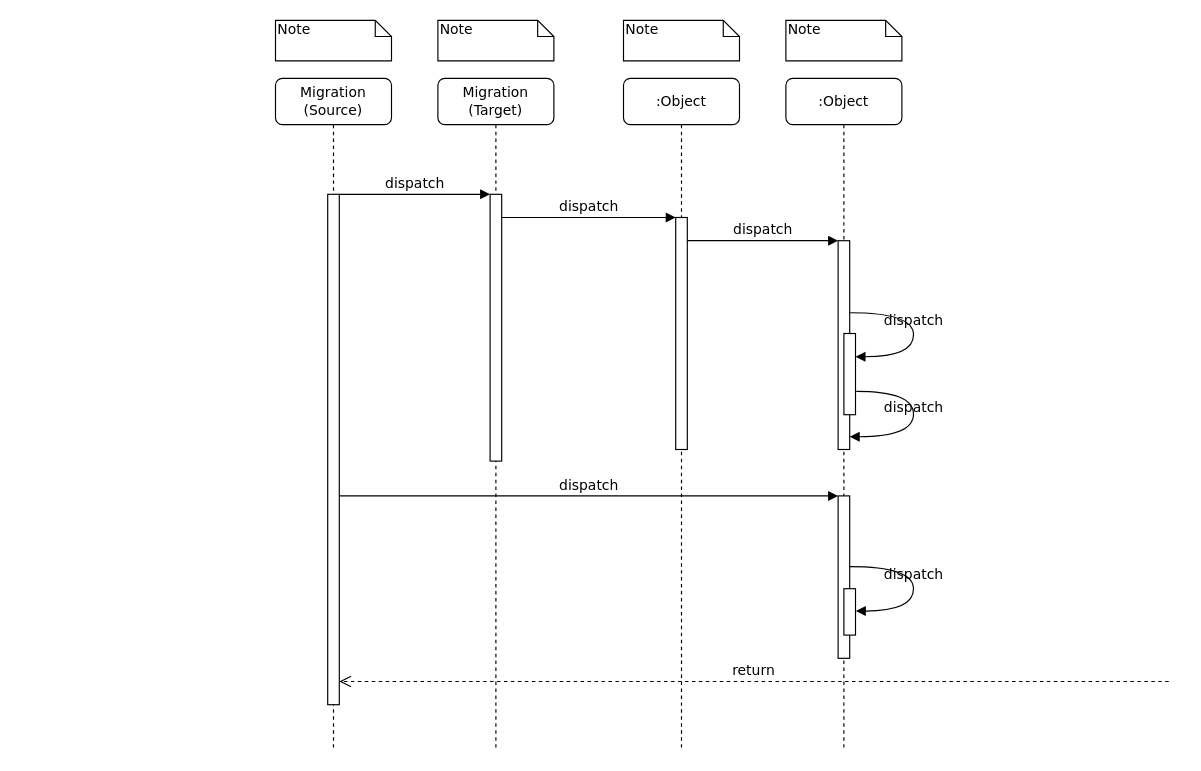
Above: Untitled Diagram.drawio in zsj20092033/thinkinjava (draw.io), before the change. Source tidied: cells renumbered, new cells numbered last; positions are measured from the earlier drawing's top-left corner, leaving out a move shared by most shapes. Both pictures are drawn from the tidied source at 116%, with x=0, y=0 at pixel (275, 20).
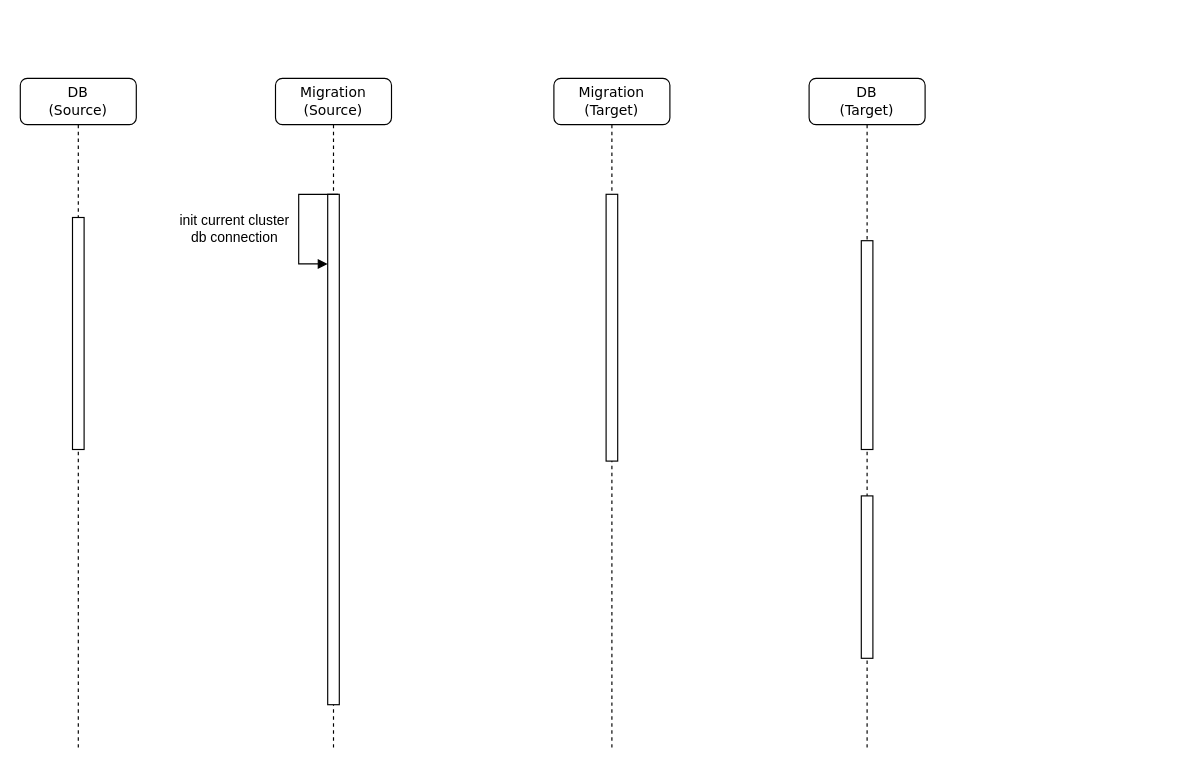
Above is the later version.

Unchanged cells that the change refers to:
```xml
<mxCell id="3" style="html=1;points=[];perimeter=orthogonalPerimeter;rounded=0;shadow=0;comic=0;labelBackgroundColor=none;strokeWidth=1;fontFamily=Verdana;fontSize=12;align=center;" parent="2" vertex="1">
  <mxGeometry x="45" y="100" width="10" height="230" as="geometry" />
</mxCell>
<mxCell id="5" style="html=1;points=[];perimeter=orthogonalPerimeter;rounded=0;shadow=0;comic=0;labelBackgroundColor=none;strokeWidth=1;fontFamily=Verdana;fontSize=12;align=center;" parent="4" vertex="1">
  <mxGeometry x="45" y="120" width="10" height="200" as="geometry" />
</mxCell>
<mxCell id="8" style="html=1;points=[];perimeter=orthogonalPerimeter;rounded=0;shadow=0;comic=0;labelBackgroundColor=none;strokeWidth=1;fontFamily=Verdana;fontSize=12;align=center;" parent="7" vertex="1">
  <mxGeometry x="45" y="100" width="10" height="440" as="geometry" />
</mxCell>
```

Change to the diagram source:
```diff
@@
     <mxCell id="2" value="Migration&lt;br&gt;(Target)" style="shape=umlLifeline;perimeter=lifelinePerimeter;whiteSpace=wrap;html=1;rounded=1;shadow=0;comic=0;labelBackgroundColor=none;strokeWidth=1;fontFamily=Verdana;fontSize=12;align=center;" parent="1" vertex="1">
-      <mxGeometry x="140" y="50" width="100" height="580" as="geometry" />
+      <mxGeometry x="240" y="50" width="100" height="580" as="geometry" />
     </mxCell>
@@
-    <mxCell id="4" value=":Object" style="shape=umlLifeline;perimeter=lifelinePerimeter;whiteSpace=wrap;html=1;rounded=1;shadow=0;comic=0;labelBackgroundColor=none;strokeWidth=1;fontFamily=Verdana;fontSize=12;align=center;" parent="1" vertex="1">
-      <mxGeometry x="300" y="50" width="100" height="580" as="geometry" />
+    <mxCell id="4" value="DB&lt;br&gt;(Source)" style="shape=umlLifeline;perimeter=lifelinePerimeter;whiteSpace=wrap;html=1;rounded=1;shadow=0;comic=0;labelBackgroundColor=none;strokeWidth=1;fontFamily=Verdana;fontSize=12;align=center;" parent="1" vertex="1">
+      <mxGeometry x="-220" y="50" width="100" height="580" as="geometry" />
     </mxCell>
@@
-    <mxCell id="6" value=":Object" style="shape=umlLifeline;perimeter=lifelinePerimeter;whiteSpace=wrap;html=1;rounded=1;shadow=0;comic=0;labelBackgroundColor=none;strokeWidth=1;fontFamily=Verdana;fontSize=12;align=center;" parent="1" vertex="1">
-      <mxGeometry x="440" y="50" width="100" height="580" as="geometry" />
+    <mxCell id="6" value="DB&lt;br&gt;(Target)" style="shape=umlLifeline;perimeter=lifelinePerimeter;whiteSpace=wrap;html=1;rounded=1;shadow=0;comic=0;labelBackgroundColor=none;strokeWidth=1;fontFamily=Verdana;fontSize=12;align=center;" parent="1" vertex="1">
+      <mxGeometry x="460" y="50" width="100" height="580" as="geometry" />
     </mxCell>
@@
     <mxCell id="9" style="html=1;points=[];perimeter=orthogonalPerimeter;rounded=0;shadow=0;comic=0;labelBackgroundColor=none;strokeWidth=1;fontFamily=Verdana;fontSize=12;align=center;" parent="1" vertex="1">
-      <mxGeometry x="485" y="190" width="10" height="180" as="geometry" />
+      <mxGeometry x="505" y="190" width="10" height="180" as="geometry" />
     </mxCell>
-    <mxCell id="10" value="dispatch" style="html=1;verticalAlign=bottom;endArrow=block;labelBackgroundColor=none;fontFamily=Verdana;fontSize=12;edgeStyle=elbowEdgeStyle;elbow=vertical;" parent="1" edge="1" source="5" target="9">
-      <mxGeometry relative="1" as="geometry">
-        <Array as="points">
-          <mxPoint x="360" y="190" />
-        </Array>
-      </mxGeometry>
-    </mxCell>
     <mxCell id="11" style="html=1;points=[];perimeter=orthogonalPerimeter;rounded=0;shadow=0;comic=0;labelBackgroundColor=none;strokeWidth=1;fontFamily=Verdana;fontSize=12;align=center;" parent="1" vertex="1">
-      <mxGeometry x="485" y="410" width="10" height="140" as="geometry" />
+      <mxGeometry x="505" y="410" width="10" height="140" as="geometry" />
     </mxCell>
-    <mxCell id="12" value="dispatch" style="html=1;verticalAlign=bottom;endArrow=block;entryX=0;entryY=0;labelBackgroundColor=none;fontFamily=Verdana;fontSize=12;" parent="1" edge="1" source="8" target="11">
-      <mxGeometry relative="1" as="geometry" />
-    </mxCell>
-    <mxCell id="13" value="return" style="html=1;verticalAlign=bottom;endArrow=open;dashed=1;endSize=8;labelBackgroundColor=none;fontFamily=Verdana;fontSize=12;edgeStyle=elbowEdgeStyle;elbow=vertical;" parent="1" edge="1" target="8">
-      <mxGeometry relative="1" as="geometry">
-        <mxPoint x="770" y="570" as="sourcePoint" />
-        <Array as="points">
-          <mxPoint x="470" y="570" />
-        </Array>
-      </mxGeometry>
-    </mxCell>
-    <mxCell id="14" value="dispatch" style="html=1;verticalAlign=bottom;endArrow=block;entryX=0;entryY=0;labelBackgroundColor=none;fontFamily=Verdana;fontSize=12;edgeStyle=elbowEdgeStyle;elbow=vertical;" parent="1" edge="1" source="8" target="3">
-      <mxGeometry relative="1" as="geometry" />
-    </mxCell>
-    <mxCell id="15" value="dispatch" style="html=1;verticalAlign=bottom;endArrow=block;entryX=0;entryY=0;labelBackgroundColor=none;fontFamily=Verdana;fontSize=12;edgeStyle=elbowEdgeStyle;elbow=vertical;" parent="1" edge="1" source="3" target="5">
-      <mxGeometry relative="1" as="geometry" />
-    </mxCell>
-    <mxCell id="16" style="html=1;points=[];perimeter=orthogonalPerimeter;rounded=0;shadow=0;comic=0;labelBackgroundColor=none;strokeWidth=1;fontFamily=Verdana;fontSize=12;align=center;" parent="1" vertex="1">
-      <mxGeometry x="490" y="270" width="10" height="70" as="geometry" />
-    </mxCell>
-    <mxCell id="17" value="dispatch" style="html=1;verticalAlign=bottom;endArrow=block;labelBackgroundColor=none;fontFamily=Verdana;fontSize=12;elbow=vertical;edgeStyle=orthogonalEdgeStyle;curved=1;entryX=1;entryY=0.286;entryPerimeter=0;exitX=1.038;exitY=0.345;exitPerimeter=0;" parent="1" edge="1" source="9" target="16">
-      <mxGeometry relative="1" as="geometry">
-        <Array as="points">
-          <mxPoint x="550" y="252" />
-          <mxPoint x="550" y="290" />
-        </Array>
-      </mxGeometry>
-    </mxCell>
-    <mxCell id="18" value="dispatch" style="html=1;verticalAlign=bottom;endArrow=block;labelBackgroundColor=none;fontFamily=Verdana;fontSize=12;elbow=vertical;edgeStyle=orthogonalEdgeStyle;curved=1;exitX=1.066;exitY=0.713;exitPerimeter=0;" parent="1" edge="1" source="16">
-      <mxGeometry relative="1" as="geometry">
-        <mxPoint x="495" y="359" as="targetPoint" />
-        <Array as="points">
-          <mxPoint x="550" y="320" />
-          <mxPoint x="550" y="359" />
-        </Array>
-      </mxGeometry>
-    </mxCell>
-    <mxCell id="19" style="html=1;perimeter=orthogonalPerimeter;rounded=0;shadow=0;comic=0;labelBackgroundColor=none;strokeWidth=1;fontFamily=Verdana;fontSize=12;align=center;" parent="1" vertex="1">
-      <mxGeometry x="490" y="490" width="10" height="40" as="geometry" />
-    </mxCell>
-    <mxCell id="20" value="dispatch" style="html=1;verticalAlign=bottom;endArrow=block;labelBackgroundColor=none;fontFamily=Verdana;fontSize=12;elbow=vertical;edgeStyle=orthogonalEdgeStyle;curved=1;entryX=1;entryY=0.286;entryPerimeter=0;exitX=1.038;exitY=0.345;exitPerimeter=0;" parent="1" edge="1">
-      <mxGeometry relative="1" as="geometry">
-        <mxPoint x="495.3" y="471" as="sourcePoint" />
-        <mxPoint x="500.3" y="509.3" as="targetPoint" />
-        <Array as="points">
-          <mxPoint x="550" y="471" />
-          <mxPoint x="550" y="509" />
-        </Array>
-      </mxGeometry>
-    </mxCell>
-    <mxCell id="21" value="Note" style="shape=note;whiteSpace=wrap;html=1;size=14;verticalAlign=top;align=left;spacingTop=-6;rounded=0;shadow=0;comic=0;labelBackgroundColor=none;strokeWidth=1;fontFamily=Verdana;fontSize=12;" parent="1" vertex="1">
-      <mxGeometry width="100" height="35" as="geometry" />
-    </mxCell>
-    <mxCell id="22" value="Note" style="shape=note;whiteSpace=wrap;html=1;size=14;verticalAlign=top;align=left;spacingTop=-6;rounded=0;shadow=0;comic=0;labelBackgroundColor=none;strokeWidth=1;fontFamily=Verdana;fontSize=12;" parent="1" vertex="1">
-      <mxGeometry x="140" width="100" height="35" as="geometry" />
-    </mxCell>
-    <mxCell id="23" value="Note" style="shape=note;whiteSpace=wrap;html=1;size=14;verticalAlign=top;align=left;spacingTop=-6;rounded=0;shadow=0;comic=0;labelBackgroundColor=none;strokeWidth=1;fontFamily=Verdana;fontSize=12;" parent="1" vertex="1">
-      <mxGeometry x="300" width="100" height="35" as="geometry" />
-    </mxCell>
-    <mxCell id="24" value="Note" style="shape=note;whiteSpace=wrap;html=1;size=14;verticalAlign=top;align=left;spacingTop=-6;rounded=0;shadow=0;comic=0;labelBackgroundColor=none;strokeWidth=1;fontFamily=Verdana;fontSize=12;" parent="1" vertex="1">
-      <mxGeometry x="440" width="100" height="35" as="geometry" />
-    </mxCell>
+    <mxCell id="25" style="html=1;verticalAlign=bottom;endArrow=block;labelBackgroundColor=none;fontFamily=Verdana;fontSize=12;elbow=vertical;edgeStyle=orthogonalEdgeStyle;rounded=0;" parent="1" edge="1">
+      <mxGeometry relative="1" as="geometry">
+        <mxPoint x="54" y="150" as="sourcePoint" />
+        <mxPoint x="45" y="210" as="targetPoint" />
+        <Array as="points">
+          <mxPoint x="20" y="150" />
+          <mxPoint x="20" y="210" />
+          <mxPoint x="45" y="210" />
+        </Array>
+      </mxGeometry>
+    </mxCell>
+    <mxCell id="26" value="init current cluster db connection" style="text;html=1;strokeColor=none;fillColor=none;align=center;verticalAlign=middle;whiteSpace=wrap;rounded=0;" parent="1" vertex="1">
+      <mxGeometry x="-90" y="170" width="110" height="20" as="geometry" />
+    </mxCell>
```
